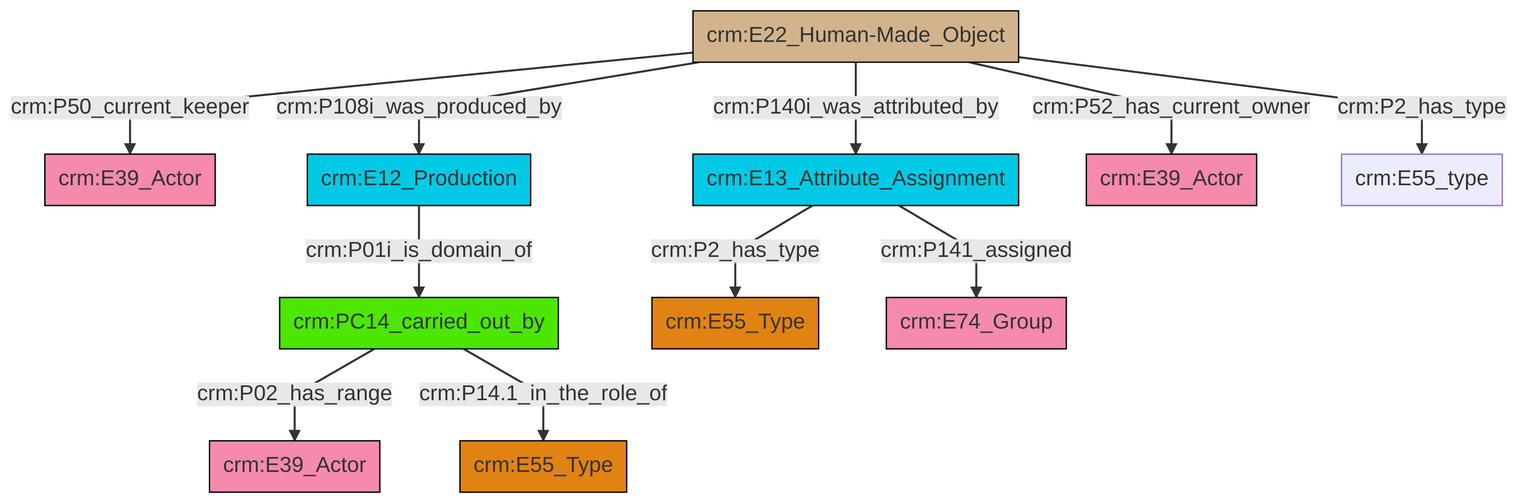
swiss-art-research-net/docs.swissartresearch keeps this Mermaid diagram as et/artworkCSV/ttl/mmd/png/Artwork_Actor_Relations.png. Above is the earlier version. Its source is kept beside it as et/artworkCSV/ttl/mmd/Artwork_Actor_Relations.ttl.mmd.
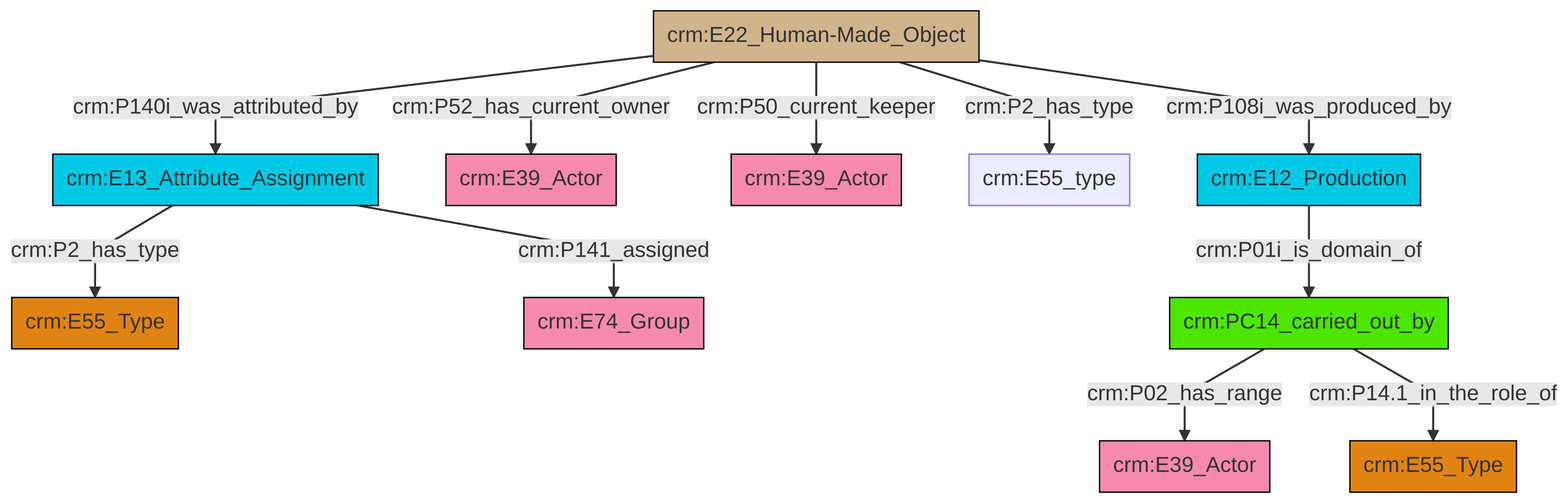
Later version of the same file.

The edit, as a diff of the source:
```diff
@@ -13,13 +13,13 @@
 classDef PC_Classes fill:#4ce600, stroke:#000000;
 classDef Multi fill:#cccccc,stroke:#000000;
 
-0["crm:E22_Human-Made_Object"]:::Physical_Thing -->|crm:P50_current_keeper| 1["crm:E39_Actor"]:::Actor
-3["crm:E13_Attribute_Assignment"]:::Temporal_Entity -->|crm:P2_has_type| 4["crm:E55_Type"]:::Type
-5["crm:PC14_carried_out_by"]:::PC_Classes -->|crm:P02_has_range| 6["crm:E39_Actor"]:::Actor
+0["crm:E22_Human-Made_Object"]:::Physical_Thing -->|crm:P140i_was_attributed_by| 6["crm:E13_Attribute_Assignment"]:::Temporal_Entity
+6["crm:E13_Attribute_Assignment"]:::Temporal_Entity -->|crm:P2_has_type| 4["crm:E55_Type"]:::Type
+0["crm:E22_Human-Made_Object"]:::Physical_Thing -->|crm:P52_has_current_owner| 9["crm:E39_Actor"]:::Actor
+7["crm:E12_Production"]:::Temporal_Entity -->|crm:P01i_is_domain_of| 10["crm:PC14_carried_out_by"]:::PC_Classes
+6["crm:E13_Attribute_Assignment"]:::Temporal_Entity -->|crm:P141_assigned| 11["crm:E74_Group"]:::Actor
+0["crm:E22_Human-Made_Object"]:::Physical_Thing -->|crm:P50_current_keeper| 2["crm:E39_Actor"]:::Actor
+10["crm:PC14_carried_out_by"]:::PC_Classes -->|crm:P02_has_range| 19["crm:E39_Actor"]:::Actor
+10["crm:PC14_carried_out_by"]:::PC_Classes -->|crm:P14.1_in_the_role_of| 20["crm:E55_Type"]:::Type
+0["crm:E22_Human-Made_Object"]:::Physical_Thing -->|crm:P2_has_type| 16["crm:E55_type"]:::Default
 0["crm:E22_Human-Made_Object"]:::Physical_Thing -->|crm:P108i_was_produced_by| 7["crm:E12_Production"]:::Temporal_Entity
-0["crm:E22_Human-Made_Object"]:::Physical_Thing -->|crm:P140i_was_attributed_by| 3["crm:E13_Attribute_Assignment"]:::Temporal_Entity
-3["crm:E13_Attribute_Assignment"]:::Temporal_Entity -->|crm:P141_assigned| 14["crm:E74_Group"]:::Actor
-0["crm:E22_Human-Made_Object"]:::Physical_Thing -->|crm:P52_has_current_owner| 9["crm:E39_Actor"]:::Actor
-0["crm:E22_Human-Made_Object"]:::Physical_Thing -->|crm:P2_has_type| 11["crm:E55_type"]:::Default
-5["crm:PC14_carried_out_by"]:::PC_Classes -->|crm:P14.1_in_the_role_of| 19["crm:E55_Type"]:::Type
-7["crm:E12_Production"]:::Temporal_Entity -->|crm:P01i_is_domain_of| 5["crm:PC14_carried_out_by"]:::PC_Classes
```
